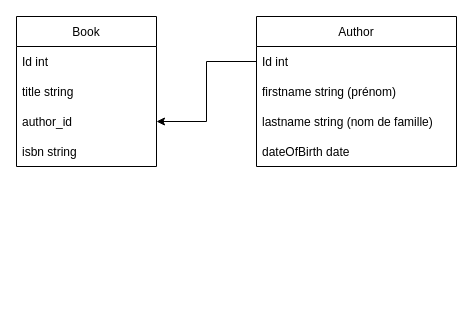
Above: UML.drawio in ArnRso/formation_campus_lac (draw.io), before the change. Source tidied: cells renumbered, new cells numbered last; positions are measured from the earlier drawing's top-left corner, leaving out a move shared by most shapes. Both pictures are drawn from the tidied source at 100%, with x=0, y=0 at pixel (16, 16).
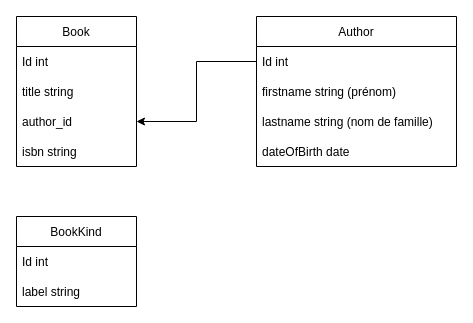
The same page after the edit.

Commit message:
MAJ UML

What changed in the source:
```diff
@@
 <mxGraphModel>
   <root>
     <mxCell id="0" />
     <mxCell id="1" parent="0" />
     <mxCell id="2" value="Book" style="swimlane;fontStyle=0;horizontal=1;startSize=30;" parent="1" vertex="1">
-      <mxGeometry width="140" height="150" as="geometry" />
+      <mxGeometry width="120" height="150" as="geometry" />
     </mxCell>
     <mxCell id="3" value="Id int" style="text;strokeColor=none;fillColor=none;align=left;verticalAlign=middle;spacingLeft=4;spacingRight=4;overflow=hidden;" parent="2" vertex="1">
-      <mxGeometry y="30" width="140" height="30" as="geometry" />
+      <mxGeometry y="30" width="120" height="30" as="geometry" />
     </mxCell>
     <mxCell id="4" value="title string" style="text;strokeColor=none;fillColor=none;align=left;verticalAlign=middle;spacingLeft=4;spacingRight=4;overflow=hidden;" parent="2" vertex="1">
-      <mxGeometry y="60" width="140" height="30" as="geometry" />
+      <mxGeometry y="60" width="120" height="30" as="geometry" />
     </mxCell>
     <mxCell id="5" value="author_id" style="text;strokeColor=none;fillColor=none;align=left;verticalAlign=middle;spacingLeft=4;spacingRight=4;overflow=hidden;points=[[0,0.5],[1,0.5]];portConstraint=eastwest;" parent="2" vertex="1">
-      <mxGeometry y="90" width="140" height="30" as="geometry" />
+      <mxGeometry y="90" width="120" height="30" as="geometry" />
     </mxCell>
     <mxCell id="6" value="isbn string" style="text;strokeColor=none;fillColor=none;align=left;verticalAlign=middle;spacingLeft=4;spacingRight=4;overflow=hidden;" parent="2" vertex="1">
-      <mxGeometry y="120" width="140" height="30" as="geometry" />
+      <mxGeometry y="120" width="120" height="30" as="geometry" />
     </mxCell>
     <mxCell id="7" value="Author" style="swimlane;fontStyle=0;horizontal=1;startSize=30;" parent="1" vertex="1">
       <mxGeometry x="240" width="200" height="150" as="geometry" />
     </mxCell>
     <mxCell id="8" value="Id int" style="text;strokeColor=none;fillColor=none;align=left;verticalAlign=middle;spacingLeft=4;spacingRight=4;overflow=hidden;points=[[0,0.5],[1,0.5]];portConstraint=eastwest;" parent="7" vertex="1">
       <mxGeometry y="30" width="200" height="30" as="geometry" />
     </mxCell>
     <mxCell id="9" value="firstname string (prénom)" style="text;strokeColor=none;fillColor=none;align=left;verticalAlign=middle;spacingLeft=4;spacingRight=4;overflow=hidden;" parent="7" vertex="1">
       <mxGeometry y="60" width="200" height="30" as="geometry" />
     </mxCell>
     <mxCell id="10" value="lastname string (nom de famille)" style="text;strokeColor=none;fillColor=none;align=left;verticalAlign=middle;spacingLeft=4;spacingRight=4;overflow=hidden;" parent="7" vertex="1">
       <mxGeometry y="90" width="200" height="30" as="geometry" />
     </mxCell>
     <mxCell id="11" value="dateOfBirth date" style="text;strokeColor=none;fillColor=none;align=left;verticalAlign=middle;spacingLeft=4;spacingRight=4;overflow=hidden;" parent="7" vertex="1">
       <mxGeometry y="120" width="200" height="30" as="geometry" />
     </mxCell>
     <mxCell id="12" style="edgeStyle=orthogonalEdgeStyle;rounded=0;jettySize=auto;html=1;" parent="1" edge="1" source="8" target="5">
       <mxGeometry relative="1" as="geometry" />
     </mxCell>
+    <mxCell id="13" value="BookKind" style="swimlane;fontStyle=0;horizontal=1;startSize=30;" parent="1" vertex="1">
+      <mxGeometry y="200" width="120" height="90" as="geometry" />
+    </mxCell>
+    <mxCell id="14" value="Id int" style="text;strokeColor=none;fillColor=none;align=left;verticalAlign=middle;spacingLeft=4;spacingRight=4;overflow=hidden;" parent="13" vertex="1">
+      <mxGeometry y="30" width="120" height="30" as="geometry" />
+    </mxCell>
+    <mxCell id="15" value="label string" style="text;strokeColor=none;fillColor=none;align=left;verticalAlign=middle;spacingLeft=4;spacingRight=4;overflow=hidden;" parent="13" vertex="1">
+      <mxGeometry y="60" width="120" height="30" as="geometry" />
+    </mxCell>
   </root>
 </mxGraphModel>
```
